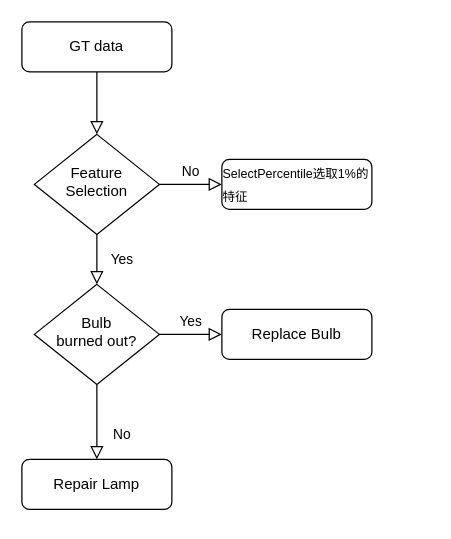
Earlier version of the draw.io diagram ml.drawio (guoyingwei6/Flow_Charts). Source tidied: cells renumbered, new cells numbered last; positions are measured from the earlier drawing's top-left corner, leaving out a move shared by most shapes. Both pictures are drawn from the tidied source at 125%, with x=0, y=0 at pixel (21, 21).
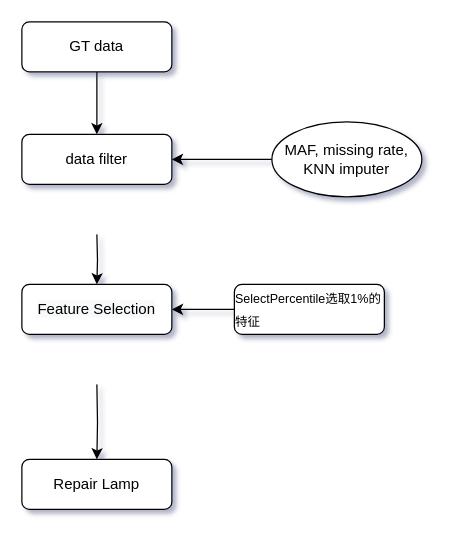
Above is the later version.

The edit, as a diff of the source:
```diff
@@
-<mxGraphModel>
+<mxGraphModel shadow="1">
   <root>
     <mxCell id="0" />
     <mxCell id="1" parent="0" />
-    <mxCell id="2" style="rounded=0;html=1;jettySize=auto;fontSize=11;endArrow=block;endFill=0;endSize=8;strokeWidth=1;shadow=0;labelBackgroundColor=none;edgeStyle=orthogonalEdgeStyle;" parent="1" edge="1" source="3" target="6">
-      <mxGeometry relative="1" as="geometry" />
-    </mxCell>
+    <mxCell id="13" style="edgeStyle=orthogonalEdgeStyle;rounded=0;jettySize=auto;html=1;fontSize=10;" parent="1" edge="1" source="3">
+      <mxGeometry relative="1" as="geometry">
+        <mxPoint x="60" y="90" as="targetPoint" />
+      </mxGeometry>
+    </mxCell>
     <mxCell id="3" value="GT data" style="rounded=1;whiteSpace=wrap;html=1;fontSize=12;glass=0;strokeWidth=1;shadow=0;" parent="1" vertex="1">
       <mxGeometry width="120" height="40" as="geometry" />
     </mxCell>
-    <mxCell id="4" value="Yes" style="rounded=0;html=1;jettySize=auto;fontSize=11;endArrow=block;endFill=0;endSize=8;strokeWidth=1;shadow=0;labelBackgroundColor=none;edgeStyle=orthogonalEdgeStyle;" parent="1" edge="1" source="6" target="10">
-      <mxGeometry y="20" relative="1" as="geometry" />
-    </mxCell>
-    <mxCell id="5" value="No" style="edgeStyle=orthogonalEdgeStyle;rounded=0;html=1;jettySize=auto;fontSize=11;endArrow=block;endFill=0;endSize=8;strokeWidth=1;shadow=0;labelBackgroundColor=none;" parent="1" edge="1" source="6" target="7">
-      <mxGeometry y="10" relative="1" as="geometry" />
-    </mxCell>
+    <mxCell id="14" style="edgeStyle=orthogonalEdgeStyle;rounded=0;orthogonalLoop=1;jettySize=auto;html=1;fontSize=10;" parent="1" edge="1">
+      <mxGeometry relative="1" as="geometry">
+        <mxPoint x="60" y="170" as="sourcePoint" />
+        <mxPoint x="60" y="210" as="targetPoint" />
+      </mxGeometry>
+    </mxCell>
+    <mxCell id="15" style="edgeStyle=orthogonalEdgeStyle;rounded=0;jettySize=auto;html=1;fontSize=10;" parent="1" edge="1" source="7">
+      <mxGeometry relative="1" as="geometry">
+        <mxPoint x="120" y="230" as="targetPoint" />
+      </mxGeometry>
+    </mxCell>
+    <mxCell id="7" value="&lt;p style=&quot;language:zh-CN;line-height:150%;margin-top:0pt;margin-bottom:0pt;&lt;br/&gt;margin-left:0in;text-align:left;direction:ltr;unicode-bidi:embed;mso-line-break-override:&lt;br/&gt;none;word-break:normal;punctuation-wrap:hanging&quot;&gt;&lt;font style=&quot;font-size: 10px;&quot;&gt;&lt;span style=&quot;font-family: 微软雅黑;&quot;&gt;SelectPercentile&lt;/span&gt;&lt;span style=&quot;font-family: 微软雅黑;&quot;&gt;选取&lt;/span&gt;&lt;span style=&quot;font-family: 微软雅黑;&quot;&gt;1%&lt;/span&gt;&lt;span style=&quot;font-family: 微软雅黑;&quot;&gt;的特征&lt;/span&gt;&lt;/font&gt;&lt;/p&gt;" style="rounded=1;whiteSpace=wrap;html=1;fontSize=12;glass=0;strokeWidth=1;shadow=0;" parent="1" vertex="1">
+      <mxGeometry x="170" y="210" width="120" height="40" as="geometry" />
+    </mxCell>
+    <mxCell id="16" style="edgeStyle=orthogonalEdgeStyle;rounded=0;jettySize=auto;html=1;fontSize=10;" parent="1" edge="1" target="11">
+      <mxGeometry relative="1" as="geometry">
+        <mxPoint x="60" y="290" as="sourcePoint" />
+      </mxGeometry>
+    </mxCell>
+    <mxCell id="11" value="Repair Lamp" style="rounded=1;whiteSpace=wrap;html=1;fontSize=12;glass=0;strokeWidth=1;shadow=0;" parent="1" vertex="1">
+      <mxGeometry y="350" width="120" height="40" as="geometry" />
+    </mxCell>
-    <mxCell id="6" value="Feature Selection" style="rhombus;whiteSpace=wrap;html=1;shadow=0;fontFamily=Helvetica;fontSize=12;align=center;strokeWidth=1;spacing=6;spacingTop=-4;" parent="1" vertex="1">
-      <mxGeometry x="10" y="90" width="100" height="80" as="geometry" />
+    <mxCell id="6" value="&lt;span style=&quot;color: rgb(0, 0, 0); font-family: Helvetica; font-size: 12px; font-style: normal; font-variant-ligatures: normal; font-variant-caps: normal; font-weight: 400; letter-spacing: normal; orphans: 2; text-align: center; text-indent: 0px; text-transform: none; widows: 2; word-spacing: 0px; -webkit-text-stroke-width: 0px; background-color: rgb(248, 249, 250); text-decoration-thickness: initial; text-decoration-style: initial; text-decoration-color: initial; float: none; display: inline !important;&quot;&gt;Feature Selection&lt;/span&gt;" style="rounded=1;whiteSpace=wrap;html=1;fontSize=10;" parent="1" vertex="1">
+      <mxGeometry y="210" width="120" height="40" as="geometry" />
     </mxCell>
-    <mxCell id="7" value="&lt;p style=&quot;language:zh-CN;line-height:150%;margin-top:0pt;margin-bottom:0pt;&lt;br/&gt;margin-left:0in;text-align:left;direction:ltr;unicode-bidi:embed;mso-line-break-override:&lt;br/&gt;none;word-break:normal;punctuation-wrap:hanging&quot;&gt;&lt;font style=&quot;font-size: 10px;&quot;&gt;&lt;span style=&quot;font-family: 微软雅黑;&quot;&gt;SelectPercentile&lt;/span&gt;&lt;span style=&quot;font-family: 微软雅黑;&quot;&gt;选取&lt;/span&gt;&lt;span style=&quot;font-family: 微软雅黑;&quot;&gt;1%&lt;/span&gt;&lt;span style=&quot;font-family: 微软雅黑;&quot;&gt;的特征&lt;/span&gt;&lt;/font&gt;&lt;/p&gt;" style="rounded=1;whiteSpace=wrap;html=1;fontSize=12;glass=0;strokeWidth=1;shadow=0;" parent="1" vertex="1">
-      <mxGeometry x="160" y="110" width="120" height="40" as="geometry" />
-    </mxCell>
-    <mxCell id="8" value="No" style="rounded=0;html=1;jettySize=auto;fontSize=11;endArrow=block;endFill=0;endSize=8;strokeWidth=1;shadow=0;labelBackgroundColor=none;edgeStyle=orthogonalEdgeStyle;" parent="1" edge="1" source="10" target="11">
-      <mxGeometry x="0.33" y="20" relative="1" as="geometry" />
-    </mxCell>
-    <mxCell id="9" value="Yes" style="edgeStyle=orthogonalEdgeStyle;rounded=0;html=1;jettySize=auto;fontSize=11;endArrow=block;endFill=0;endSize=8;strokeWidth=1;shadow=0;labelBackgroundColor=none;" parent="1" edge="1" source="10" target="12">
-      <mxGeometry y="10" relative="1" as="geometry" />
-    </mxCell>
-    <mxCell id="10" value="Bulb&lt;br&gt;burned out?" style="rhombus;whiteSpace=wrap;html=1;shadow=0;fontFamily=Helvetica;fontSize=12;align=center;strokeWidth=1;spacing=6;spacingTop=-4;" parent="1" vertex="1">
-      <mxGeometry x="10" y="210" width="100" height="80" as="geometry" />
-    </mxCell>
-    <mxCell id="11" value="Repair Lamp" style="rounded=1;whiteSpace=wrap;html=1;fontSize=12;glass=0;strokeWidth=1;shadow=0;" parent="1" vertex="1">
-      <mxGeometry y="350" width="120" height="40" as="geometry" />
-    </mxCell>
-    <mxCell id="12" value="Replace Bulb" style="rounded=1;whiteSpace=wrap;html=1;fontSize=12;glass=0;strokeWidth=1;shadow=0;" parent="1" vertex="1">
-      <mxGeometry x="160" y="230" width="120" height="40" as="geometry" />
-    </mxCell>
+    <mxCell id="17" value="data filter" style="rounded=1;whiteSpace=wrap;html=1;fontSize=12;glass=0;strokeWidth=1;shadow=0;" parent="1" vertex="1">
+      <mxGeometry y="90" width="120" height="40" as="geometry" />
+    </mxCell>
+    <mxCell id="18" style="edgeStyle=orthogonalEdgeStyle;rounded=0;jettySize=auto;html=1;fontSize=10;" parent="1" edge="1" source="19" target="17">
+      <mxGeometry relative="1" as="geometry" />
+    </mxCell>
+    <mxCell id="19" value="MAF, missing rate, KNN imputer" style="ellipse;whiteSpace=wrap;html=1;rounded=1;glass=0;strokeWidth=1;shadow=0;" parent="1" vertex="1">
+      <mxGeometry x="200" y="80" width="120" height="60" as="geometry" />
+    </mxCell>
   </root>
 </mxGraphModel>
```
